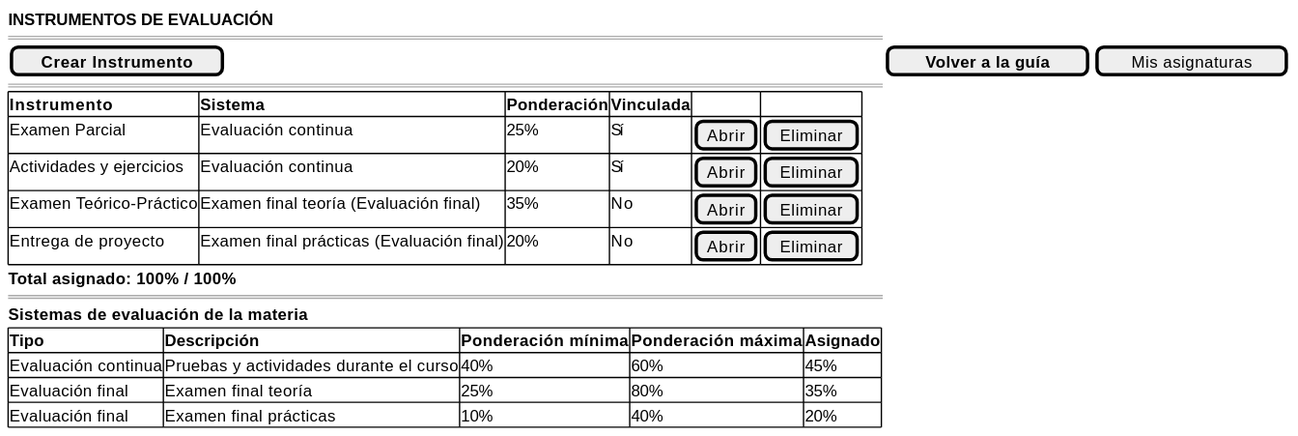
Above: images/RUP/01-requisitos/03-detalle-casos-uso/abrirPonderacionesEvaluacion/wireframe.svg in mmasias/pyCeldaPublico (PlantUML), before the change. Source of this version:
```plantuml
@startsalt abrirPonderacionesEvaluacion-wireframe
{
    <b>INSTRUMENTOS DE EVALUACIÓN</b>
    ====
    [ <b>Crear Instrumento</b> ] | [ <b>Volver a la guía</b> ] | [ Mis asignaturas ]
    ====
    {#
        <b>Instrumento | <b>Sistema | <b>Ponderación | <b>Vinculada | . | .
        Examen Parcial | Evaluación continua | 25% | Sí | [Abrir] | [Eliminar]
        Actividades y ejercicios | Evaluación continua | 20% | Sí | [Abrir] | [Eliminar]
        Examen Teórico-Práctico | Examen final teoría (Evaluación final) | 35% | No | [Abrir] | [Eliminar]
        Entrega de proyecto | Examen final prácticas (Evaluación final) | 20% | No | [Abrir] | [Eliminar]
    }
    <b>Total asignado: 100% / 100%</b>
    ====
    <b>Sistemas de evaluación de la materia</b>
    {#
        <b>Tipo | <b>Descripción | <b>Ponderación mínima | <b>Ponderación máxima | <b>Asignado
        Evaluación continua | Pruebas y actividades durante el curso | 40% | 60% | 45%
        Evaluación final | Examen final teoría | 25% | 80% | 35%
        Evaluación final | Examen final prácticas | 10% | 40% | 20%
    }
}
@endsalt
```
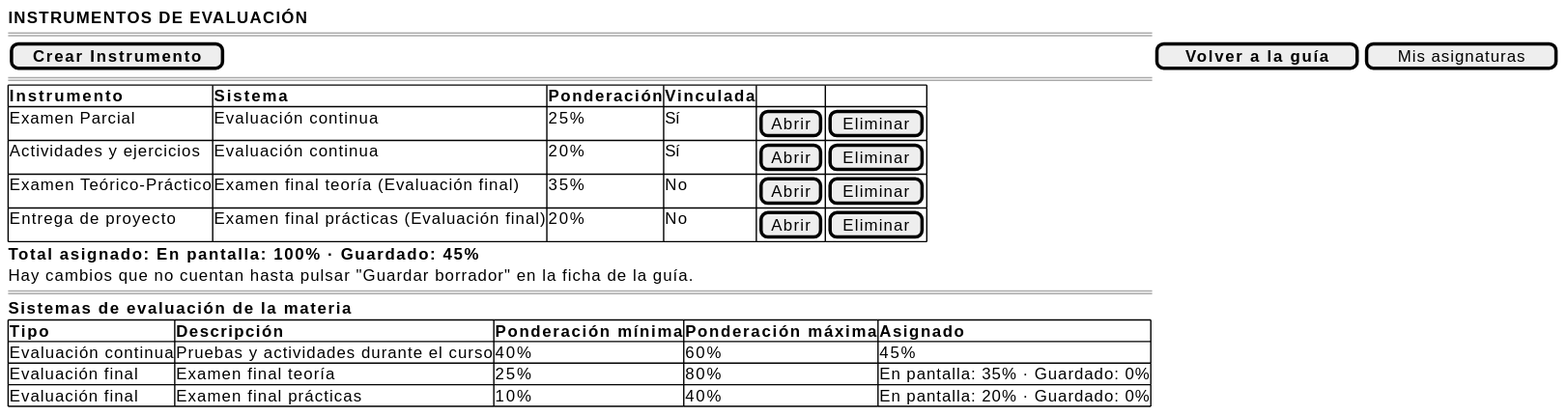
Later version of the same file.

Change to the diagram source:
```diff
@@ -11,14 +11,15 @@
         Examen Teórico-Práctico | Examen final teoría (Evaluación final) | 35% | No | [Abrir] | [Eliminar]
         Entrega de proyecto | Examen final prácticas (Evaluación final) | 20% | No | [Abrir] | [Eliminar]
     }
-    <b>Total asignado: 100% / 100%</b>
+    <b>Total asignado: En pantalla: 100% · Guardado: 45%</b>
+    Hay cambios que no cuentan hasta pulsar "Guardar borrador" en la ficha de la guía.
     ====
     <b>Sistemas de evaluación de la materia</b>
     {#
         <b>Tipo | <b>Descripción | <b>Ponderación mínima | <b>Ponderación máxima | <b>Asignado
         Evaluación continua | Pruebas y actividades durante el curso | 40% | 60% | 45%
-        Evaluación final | Examen final teoría | 25% | 80% | 35%
-        Evaluación final | Examen final prácticas | 10% | 40% | 20%
+        Evaluación final | Examen final teoría | 25% | 80% | En pantalla: 35% · Guardado: 0%
+        Evaluación final | Examen final prácticas | 10% | 40% | En pantalla: 20% · Guardado: 0%
     }
 }
 @endsalt
```
